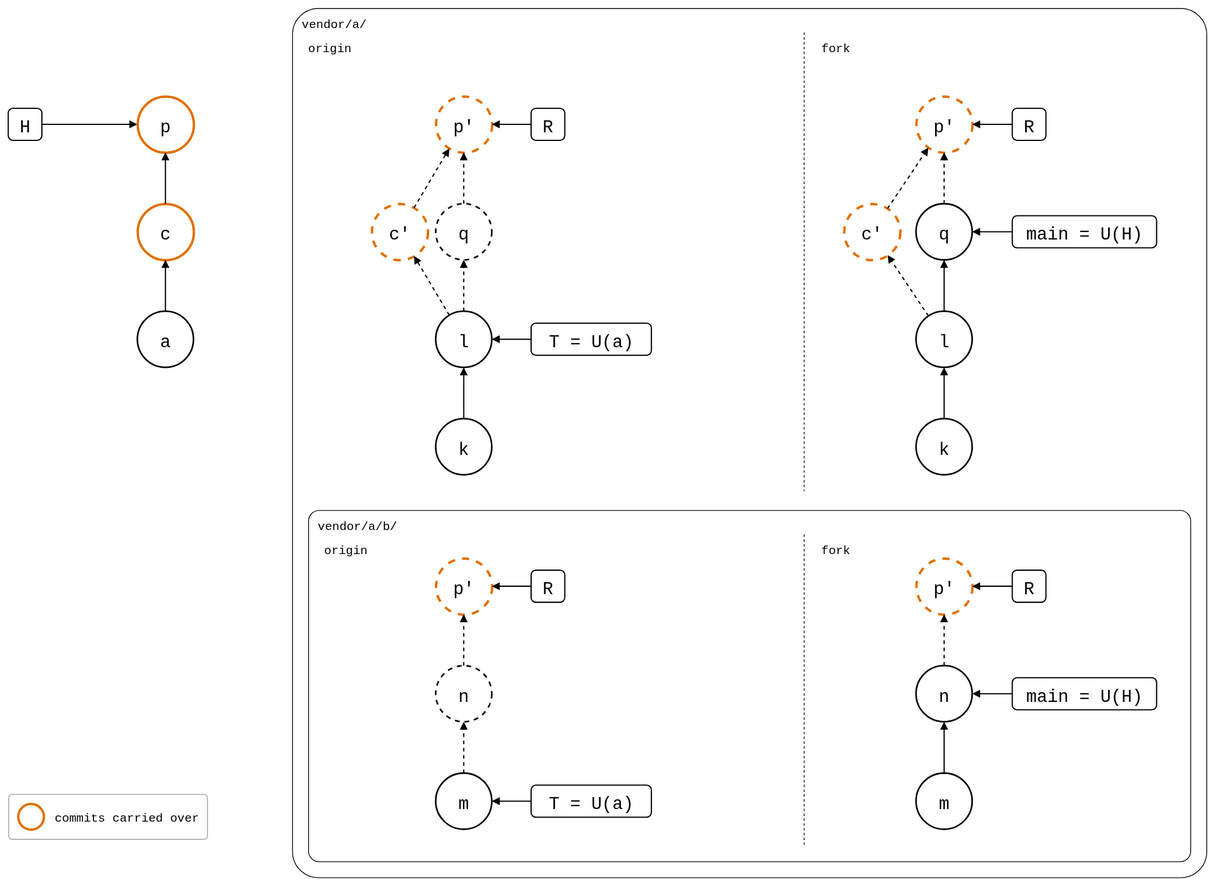
The draw.io diagram docs/09-scenarios/05-nested-splices/01-nested-splices/01-outer-fork/same-name-below-pulled.drawio.svg in roschaefer/git-splice, before a commit. Source tidied: cells renumbered, new cells last; positions are measured from the earlier drawing's top-left corner, leaving out a move shared by most shapes. Source of this version:
```xml
<mxGraphModel background="#ffffff">
  <root>
    <mxCell id="0" />
    <mxCell id="1" parent="0" />
    <mxCell id="2" value="vendor/a/" style="rounded=1;arcSize=3;fillColor=none;strokeWidth=1;fontSize=15;verticalAlign=top;align=left;spacingLeft=10;spacingTop=4;fontFamily=Roboto Mono,monospace;" parent="1" vertex="1">
      <mxGeometry x="354" width="1140" height="1084" as="geometry" />
    </mxCell>
    <mxCell id="3" style="line;direction=south;dashed=1;strokeWidth=1;" parent="1" vertex="1">
      <mxGeometry x="982" y="30" width="20" height="572" as="geometry" />
    </mxCell>
    <mxCell id="4" value="origin" style="text;fontSize=15;align=left;verticalAlign=top;fontFamily=Roboto Mono,monospace;" parent="1" vertex="1">
      <mxGeometry x="372" y="34" width="120" height="24" as="geometry" />
    </mxCell>
    <mxCell id="5" value="fork" style="text;fontSize=15;align=left;verticalAlign=top;fontFamily=Roboto Mono,monospace;" parent="1" vertex="1">
      <mxGeometry x="1012" y="34" width="120" height="24" as="geometry" />
    </mxCell>
    <mxCell id="6" value="vendor/a/b/" style="rounded=1;arcSize=3;fillColor=none;strokeWidth=1;fontSize=15;verticalAlign=top;align=left;spacingLeft=10;spacingTop=4;fontFamily=Roboto Mono,monospace;" parent="1" vertex="1">
      <mxGeometry x="374" y="626" width="1100" height="438" as="geometry" />
    </mxCell>
    <mxCell id="7" style="line;direction=south;dashed=1;strokeWidth=1;" parent="1" vertex="1">
      <mxGeometry x="982" y="656" width="20" height="388" as="geometry" />
    </mxCell>
    <mxCell id="8" value="origin" style="text;fontSize=15;align=left;verticalAlign=top;fontFamily=Roboto Mono,monospace;" parent="1" vertex="1">
      <mxGeometry x="392" y="660" width="120" height="24" as="geometry" />
    </mxCell>
    <mxCell id="9" value="fork" style="text;fontSize=15;align=left;verticalAlign=top;fontFamily=Roboto Mono,monospace;" parent="1" vertex="1">
      <mxGeometry x="1012" y="660" width="120" height="24" as="geometry" />
    </mxCell>
    <mxCell id="10" value="c" style="ellipse;fontSize=22;fontFamily=Roboto Mono,monospace;strokeColor=#E07000;strokeWidth=3;" parent="1" vertex="1">
      <mxGeometry x="161" y="244" width="70" height="70" as="geometry" />
    </mxCell>
    <mxCell id="11" value="a" style="ellipse;strokeWidth=2;fontSize=22;fontFamily=Roboto Mono,monospace;" parent="1" vertex="1">
      <mxGeometry x="161" y="378" width="70" height="70" as="geometry" />
    </mxCell>
    <mxCell id="12" value="l" style="ellipse;strokeWidth=2;fontSize=22;fontFamily=Roboto Mono,monospace;" parent="1" vertex="1">
      <mxGeometry x="533" y="378" width="70" height="70" as="geometry" />
    </mxCell>
    <mxCell id="13" value="k" style="ellipse;strokeWidth=2;fontSize=22;fontFamily=Roboto Mono,monospace;" parent="1" vertex="1">
      <mxGeometry x="533" y="512" width="70" height="70" as="geometry" />
    </mxCell>
    <mxCell id="14" value="q" style="ellipse;strokeWidth=2;fontSize=22;fontFamily=Roboto Mono,monospace;" parent="1" vertex="1">
      <mxGeometry x="1132" y="244" width="70" height="70" as="geometry" />
    </mxCell>
    <mxCell id="15" value="l" style="ellipse;strokeWidth=2;fontSize=22;fontFamily=Roboto Mono,monospace;" parent="1" vertex="1">
      <mxGeometry x="1132" y="378" width="70" height="70" as="geometry" />
    </mxCell>
    <mxCell id="16" value="k" style="ellipse;strokeWidth=2;fontSize=22;fontFamily=Roboto Mono,monospace;" parent="1" vertex="1">
      <mxGeometry x="1132" y="512" width="70" height="70" as="geometry" />
    </mxCell>
    <mxCell id="17" value="m" style="ellipse;strokeWidth=2;fontSize=22;fontFamily=Roboto Mono,monospace;" parent="1" vertex="1">
      <mxGeometry x="533" y="954" width="70" height="70" as="geometry" />
    </mxCell>
    <mxCell id="18" value="n" style="ellipse;strokeWidth=2;fontSize=22;fontFamily=Roboto Mono,monospace;" parent="1" vertex="1">
      <mxGeometry x="1132" y="820" width="70" height="70" as="geometry" />
    </mxCell>
    <mxCell id="19" value="m" style="ellipse;strokeWidth=2;fontSize=22;fontFamily=Roboto Mono,monospace;" parent="1" vertex="1">
      <mxGeometry x="1132" y="954" width="70" height="70" as="geometry" />
    </mxCell>
    <mxCell id="20" value="H" style="rounded=1;strokeWidth=1.5;fontSize=22;fontFamily=Roboto Mono,monospace;" parent="1" vertex="1">
      <mxGeometry y="125" width="42" height="40" as="geometry" />
    </mxCell>
    <mxCell id="21" value="T = U(a)" style="rounded=1;strokeWidth=1.5;fontSize=22;fontFamily=Roboto Mono,monospace;" parent="1" vertex="1">
      <mxGeometry x="652" y="393" width="150" height="40" as="geometry" />
    </mxCell>
    <mxCell id="22" value="main = U(H)" style="rounded=1;strokeWidth=1.5;fontSize=22;fontFamily=Roboto Mono,monospace;" parent="1" vertex="1">
      <mxGeometry x="1252" y="259" width="180" height="40" as="geometry" />
    </mxCell>
    <mxCell id="23" value="T = U(a)" style="rounded=1;strokeWidth=1.5;fontSize=22;fontFamily=Roboto Mono,monospace;" parent="1" vertex="1">
      <mxGeometry x="652" y="969" width="150" height="40" as="geometry" />
    </mxCell>
    <mxCell id="24" value="main = U(H)" style="rounded=1;strokeWidth=1.5;fontSize=22;fontFamily=Roboto Mono,monospace;" parent="1" vertex="1">
      <mxGeometry x="1252" y="835" width="180" height="40" as="geometry" />
    </mxCell>
    <mxCell id="25" style="endArrow=block;endFill=1;html=1;strokeWidth=1.5;rounded=0;" parent="1" edge="1" source="11" target="10">
      <mxGeometry relative="1" as="geometry" />
    </mxCell>
    <mxCell id="26" style="endArrow=block;endFill=1;html=1;strokeWidth=1.5;rounded=0;" parent="1" edge="1" source="13" target="12">
      <mxGeometry relative="1" as="geometry" />
    </mxCell>
    <mxCell id="27" style="endArrow=block;endFill=1;html=1;strokeWidth=1.5;rounded=0;" parent="1" edge="1" source="16" target="15">
      <mxGeometry relative="1" as="geometry" />
    </mxCell>
    <mxCell id="28" style="endArrow=block;endFill=1;html=1;strokeWidth=1.5;rounded=0;" parent="1" edge="1" source="15" target="14">
      <mxGeometry relative="1" as="geometry" />
    </mxCell>
    <mxCell id="29" style="endArrow=block;endFill=1;html=1;strokeWidth=1.5;rounded=0;" parent="1" edge="1" source="19" target="18">
      <mxGeometry relative="1" as="geometry" />
    </mxCell>
    <mxCell id="30" style="endArrow=block;endFill=1;html=1;strokeWidth=1.5;rounded=0;" parent="1" edge="1" source="20" target="35">
      <mxGeometry relative="1" as="geometry" />
    </mxCell>
    <mxCell id="31" style="endArrow=block;endFill=1;html=1;strokeWidth=1.5;rounded=0;" parent="1" edge="1" source="21" target="12">
      <mxGeometry relative="1" as="geometry" />
    </mxCell>
    <mxCell id="32" style="endArrow=block;endFill=1;html=1;strokeWidth=1.5;rounded=0;" parent="1" edge="1" source="22" target="14">
      <mxGeometry relative="1" as="geometry" />
    </mxCell>
    <mxCell id="33" style="endArrow=block;endFill=1;html=1;strokeWidth=1.5;rounded=0;" parent="1" edge="1" source="23" target="17">
      <mxGeometry relative="1" as="geometry" />
    </mxCell>
    <mxCell id="34" style="endArrow=block;endFill=1;html=1;strokeWidth=1.5;rounded=0;" parent="1" edge="1" source="24" target="18">
      <mxGeometry relative="1" as="geometry" />
    </mxCell>
    <mxCell id="35" value="p" style="ellipse;fontSize=22;fontFamily=Roboto Mono,monospace;strokeColor=#E07000;strokeWidth=3;" parent="1" vertex="1">
      <mxGeometry x="161" y="110" width="70" height="70" as="geometry" />
    </mxCell>
    <mxCell id="36" style="endArrow=block;endFill=1;html=1;strokeWidth=1.5;rounded=0;" parent="1" edge="1" source="10" target="35">
      <mxGeometry relative="1" as="geometry" />
    </mxCell>
    <mxCell id="37" value="c'" style="ellipse;fontSize=22;fontFamily=Roboto Mono,monospace;strokeColor=#E07000;strokeWidth=3;dashed=1;" parent="1" vertex="1">
      <mxGeometry x="1042" y="244" width="70" height="70" as="geometry" />
    </mxCell>
    <mxCell id="38" style="endArrow=block;endFill=1;html=1;strokeWidth=1.5;rounded=0;dashed=1;" parent="1" edge="1" source="15" target="37">
      <mxGeometry relative="1" as="geometry" />
    </mxCell>
    <mxCell id="39" value="p'" style="ellipse;fontSize=22;fontFamily=Roboto Mono,monospace;strokeColor=#E07000;strokeWidth=3;dashed=1;" parent="1" vertex="1">
      <mxGeometry x="1132" y="110" width="70" height="70" as="geometry" />
    </mxCell>
    <mxCell id="40" style="endArrow=block;endFill=1;html=1;strokeWidth=1.5;rounded=0;dashed=1;" parent="1" edge="1" source="37" target="39">
      <mxGeometry relative="1" as="geometry" />
    </mxCell>
    <mxCell id="41" style="endArrow=block;endFill=1;html=1;strokeWidth=1.5;rounded=0;dashed=1;" parent="1" edge="1" source="14" target="39">
      <mxGeometry relative="1" as="geometry" />
    </mxCell>
    <mxCell id="42" value="R" style="rounded=1;strokeWidth=1.5;fontSize=22;fontFamily=Roboto Mono,monospace;" parent="1" vertex="1">
      <mxGeometry x="1252" y="125" width="42" height="40" as="geometry" />
    </mxCell>
    <mxCell id="43" style="endArrow=block;endFill=1;html=1;strokeWidth=1.5;rounded=0;" parent="1" edge="1" source="42" target="39">
      <mxGeometry relative="1" as="geometry" />
    </mxCell>
    <mxCell id="44" value="p'" style="ellipse;fontSize=22;fontFamily=Roboto Mono,monospace;strokeColor=#E07000;strokeWidth=3;dashed=1;" parent="1" vertex="1">
      <mxGeometry x="1132" y="686" width="70" height="70" as="geometry" />
    </mxCell>
    <mxCell id="45" style="endArrow=block;endFill=1;html=1;strokeWidth=1.5;rounded=0;dashed=1;" parent="1" edge="1" source="18" target="44">
      <mxGeometry relative="1" as="geometry" />
    </mxCell>
    <mxCell id="46" value="R" style="rounded=1;strokeWidth=1.5;fontSize=22;fontFamily=Roboto Mono,monospace;" parent="1" vertex="1">
      <mxGeometry x="1252" y="701" width="42" height="40" as="geometry" />
    </mxCell>
    <mxCell id="47" style="endArrow=block;endFill=1;html=1;strokeWidth=1.5;rounded=0;" parent="1" edge="1" source="46" target="44">
      <mxGeometry relative="1" as="geometry" />
    </mxCell>
    <mxCell id="48" value="q" style="ellipse;strokeWidth=2;fontSize=22;fontFamily=Roboto Mono,monospace;dashed=1;" parent="1" vertex="1">
      <mxGeometry x="533" y="244" width="70" height="70" as="geometry" />
    </mxCell>
    <mxCell id="49" value="c'" style="ellipse;fontSize=22;fontFamily=Roboto Mono,monospace;strokeColor=#E07000;strokeWidth=3;dashed=1;" parent="1" vertex="1">
      <mxGeometry x="453" y="244" width="70" height="70" as="geometry" />
    </mxCell>
    <mxCell id="50" value="p'" style="ellipse;fontSize=22;fontFamily=Roboto Mono,monospace;strokeColor=#E07000;strokeWidth=3;dashed=1;" parent="1" vertex="1">
      <mxGeometry x="533" y="110" width="70" height="70" as="geometry" />
    </mxCell>
    <mxCell id="51" value="R" style="rounded=1;strokeWidth=1.5;fontSize=22;fontFamily=Roboto Mono,monospace;" parent="1" vertex="1">
      <mxGeometry x="652" y="125" width="42" height="40" as="geometry" />
    </mxCell>
    <mxCell id="52" style="endArrow=block;endFill=1;html=1;strokeWidth=1.5;rounded=0;dashed=1;" parent="1" edge="1" source="12" target="48">
      <mxGeometry relative="1" as="geometry" />
    </mxCell>
    <mxCell id="53" style="endArrow=block;endFill=1;html=1;strokeWidth=1.5;rounded=0;dashed=1;" parent="1" edge="1" source="12" target="49">
      <mxGeometry relative="1" as="geometry" />
    </mxCell>
    <mxCell id="54" style="endArrow=block;endFill=1;html=1;strokeWidth=1.5;rounded=0;dashed=1;" parent="1" edge="1" source="49" target="50">
      <mxGeometry relative="1" as="geometry" />
    </mxCell>
    <mxCell id="55" style="endArrow=block;endFill=1;html=1;strokeWidth=1.5;rounded=0;dashed=1;" parent="1" edge="1" source="48" target="50">
      <mxGeometry relative="1" as="geometry" />
    </mxCell>
    <mxCell id="56" style="endArrow=block;endFill=1;html=1;strokeWidth=1.5;rounded=0;" parent="1" edge="1" source="51" target="50">
      <mxGeometry relative="1" as="geometry" />
    </mxCell>
    <mxCell id="57" value="n" style="ellipse;strokeWidth=2;fontSize=22;fontFamily=Roboto Mono,monospace;dashed=1;" parent="1" vertex="1">
      <mxGeometry x="533" y="820" width="70" height="70" as="geometry" />
    </mxCell>
    <mxCell id="58" value="p'" style="ellipse;fontSize=22;fontFamily=Roboto Mono,monospace;strokeColor=#E07000;strokeWidth=3;dashed=1;" parent="1" vertex="1">
      <mxGeometry x="533" y="686" width="70" height="70" as="geometry" />
    </mxCell>
    <mxCell id="59" value="R" style="rounded=1;strokeWidth=1.5;fontSize=22;fontFamily=Roboto Mono,monospace;" parent="1" vertex="1">
      <mxGeometry x="652" y="701" width="42" height="40" as="geometry" />
    </mxCell>
    <mxCell id="60" style="endArrow=block;endFill=1;html=1;strokeWidth=1.5;rounded=0;dashed=1;" parent="1" edge="1" source="17" target="57">
      <mxGeometry relative="1" as="geometry" />
    </mxCell>
    <mxCell id="61" style="endArrow=block;endFill=1;html=1;strokeWidth=1.5;rounded=0;dashed=1;" parent="1" edge="1" source="57" target="58">
      <mxGeometry relative="1" as="geometry" />
    </mxCell>
    <mxCell id="62" style="endArrow=block;endFill=1;html=1;strokeWidth=1.5;rounded=0;" parent="1" edge="1" source="59" target="58">
      <mxGeometry relative="1" as="geometry" />
    </mxCell>
    <mxCell id="63" style="rounded=1;arcSize=8;fillColor=none;strokeColor=#999999;strokeWidth=1;legend=1;" parent="1" vertex="1">
      <mxGeometry y="980" width="248" height="56" as="geometry" />
    </mxCell>
    <mxCell id="64" style="ellipse;fontSize=13;fontFamily=Roboto Mono,monospace;strokeColor=#E07000;strokeWidth=3;" parent="63" vertex="1">
      <mxGeometry x="12" y="12" width="32" height="32" as="geometry" />
    </mxCell>
    <mxCell id="65" value="commits carried over" style="text;align=left;verticalAlign=middle;fontSize=15;fontFamily=Roboto Mono,monospace;" parent="63" vertex="1">
      <mxGeometry x="56" y="12" width="180" height="32" as="geometry" />
    </mxCell>
  </root>
</mxGraphModel>
```
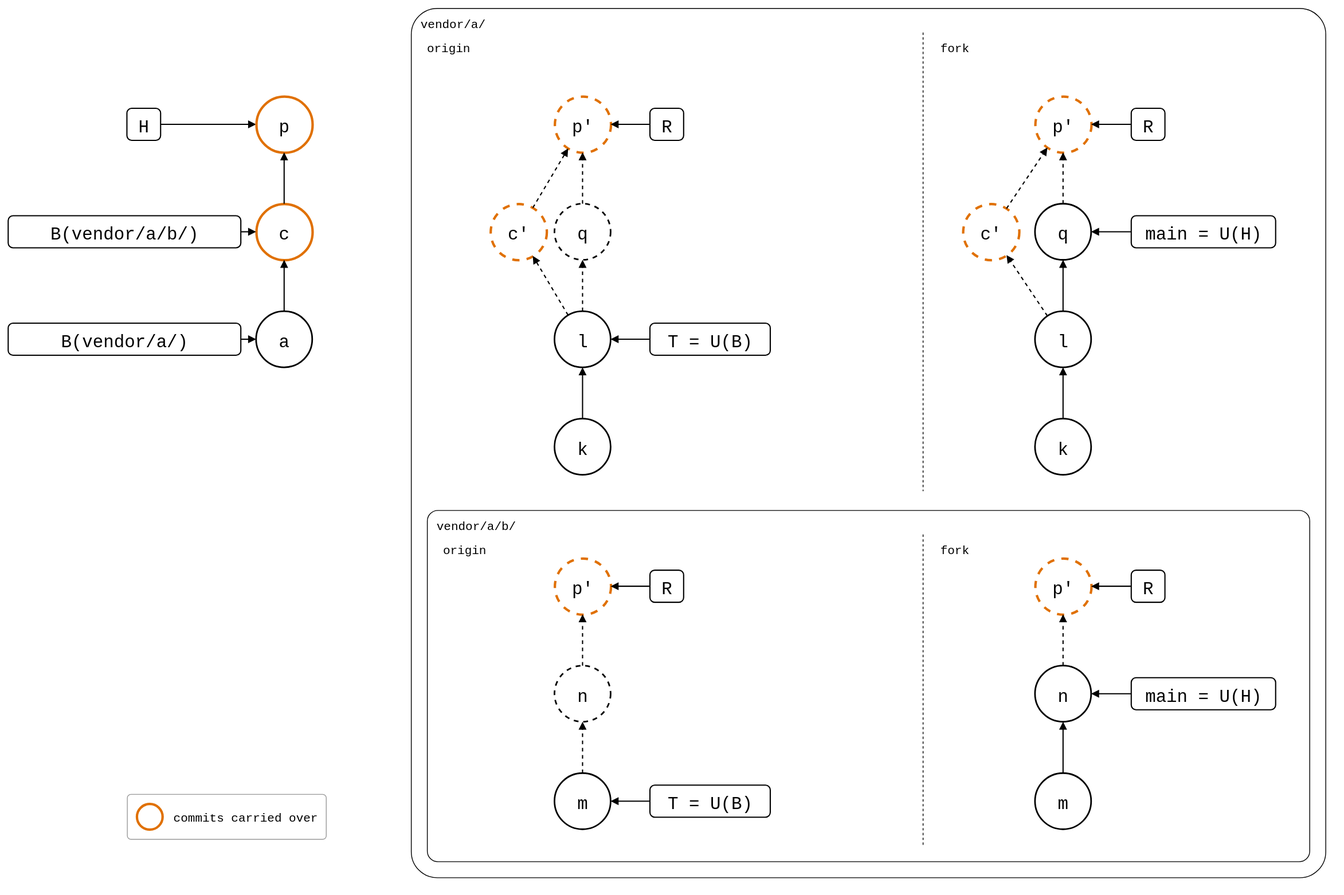
After the commit.

What changed in the source:
```diff
@@ -59,13 +59,13 @@
     <mxCell id="20" value="H" style="rounded=1;strokeWidth=1.5;fontSize=22;fontFamily=Roboto Mono,monospace;" parent="1" vertex="1">
       <mxGeometry y="125" width="42" height="40" as="geometry" />
     </mxCell>
-    <mxCell id="21" value="T = U(a)" style="rounded=1;strokeWidth=1.5;fontSize=22;fontFamily=Roboto Mono,monospace;" parent="1" vertex="1">
+    <mxCell id="21" value="T = U(B)" style="rounded=1;strokeWidth=1.5;fontSize=22;fontFamily=Roboto Mono,monospace;" parent="1" vertex="1">
       <mxGeometry x="652" y="393" width="150" height="40" as="geometry" />
     </mxCell>
     <mxCell id="22" value="main = U(H)" style="rounded=1;strokeWidth=1.5;fontSize=22;fontFamily=Roboto Mono,monospace;" parent="1" vertex="1">
       <mxGeometry x="1252" y="259" width="180" height="40" as="geometry" />
     </mxCell>
-    <mxCell id="23" value="T = U(a)" style="rounded=1;strokeWidth=1.5;fontSize=22;fontFamily=Roboto Mono,monospace;" parent="1" vertex="1">
+    <mxCell id="23" value="T = U(B)" style="rounded=1;strokeWidth=1.5;fontSize=22;fontFamily=Roboto Mono,monospace;" parent="1" vertex="1">
       <mxGeometry x="652" y="969" width="150" height="40" as="geometry" />
     </mxCell>
     <mxCell id="24" value="main = U(H)" style="rounded=1;strokeWidth=1.5;fontSize=22;fontFamily=Roboto Mono,monospace;" parent="1" vertex="1">
@@ -194,5 +194,17 @@
     <mxCell id="65" value="commits carried over" style="text;align=left;verticalAlign=middle;fontSize=15;fontFamily=Roboto Mono,monospace;" parent="63" vertex="1">
       <mxGeometry x="56" y="12" width="180" height="32" as="geometry" />
     </mxCell>
+    <mxCell id="66" value="B(vendor/a/)" style="rounded=1;strokeWidth=1.5;fontSize=22;fontFamily=Roboto Mono,monospace;" parent="1" vertex="1">
+      <mxGeometry x="-148" y="393" width="290" height="40" as="geometry" />
+    </mxCell>
+    <mxCell id="67" style="endArrow=block;endFill=1;strokeWidth=1.5;" parent="1" edge="1" source="66" target="11">
+      <mxGeometry relative="1" as="geometry" />
+    </mxCell>
+    <mxCell id="68" value="B(vendor/a/b/)" style="rounded=1;strokeWidth=1.5;fontSize=22;fontFamily=Roboto Mono,monospace;" parent="1" vertex="1">
+      <mxGeometry x="-148" y="259" width="290" height="40" as="geometry" />
+    </mxCell>
+    <mxCell id="69" style="endArrow=block;endFill=1;strokeWidth=1.5;" parent="1" edge="1" source="68" target="10">
+      <mxGeometry relative="1" as="geometry" />
+    </mxCell>
   </root>
 </mxGraphModel>
```
